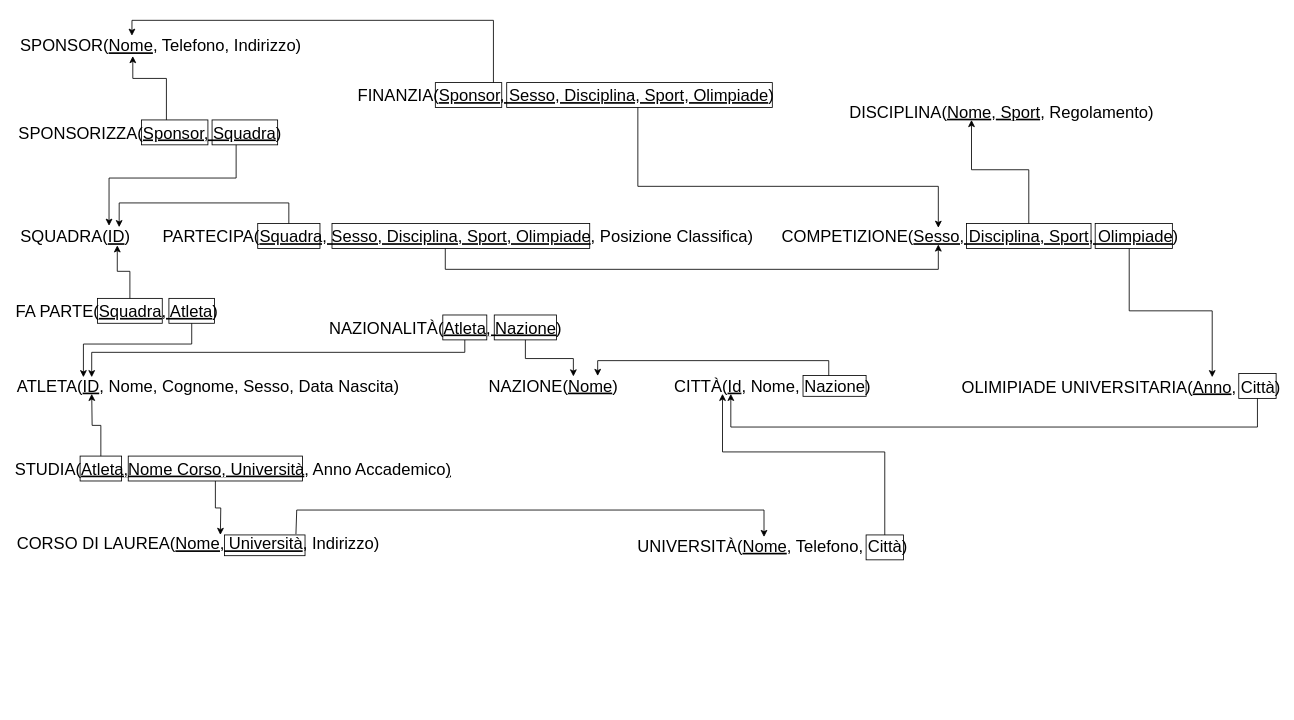
The draw.io diagram page "Schema Logico" (3 of 3) of Olimpiadi studentesche.drawio in giovannivelludo/database-project, before the edit. Source tidied: cells renumbered, new cells numbered last; positions are measured from the earlier drawing's top-left corner, leaving out a move shared by most shapes. Both pictures are drawn from the tidied source at 83%, with x=0, y=0 at pixel (17, 20).
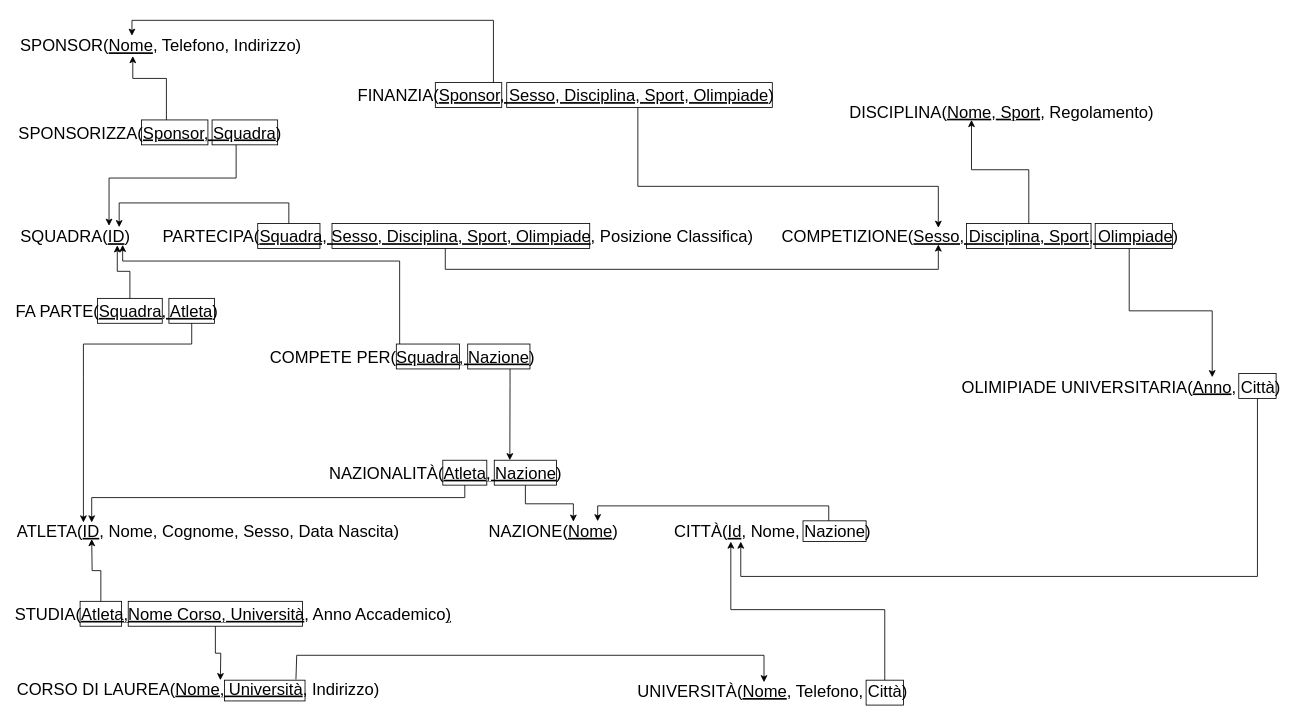
After the change.

Commit message (it also covers changes not shown here):
Aggiunta relazione "Compete per" tra SQUADRA e NAZIONE

Unchanged cells that the change refers to:
```xml
<mxCell id="4" value="SQUADRA(&lt;u&gt;ID&lt;/u&gt;)" style="text;align=center;verticalAlign=middle;rounded=0;fontSize=20;html=1;labelBackgroundColor=none;endArrow=classic;" parent="1" vertex="1">
  <mxGeometry y="249.8" width="140" height="20" as="geometry" />
</mxCell>
<mxCell id="17" style="rounded=0;whiteSpace=wrap;html=1;fontSize=20;labelBackgroundColor=#ffffff;endArrow=classic;fillColor=none;" parent="1" vertex="1">
  <mxGeometry x="183" y="335" width="55" height="30" as="geometry" />
</mxCell>
<mxCell id="31" style="rounded=0;whiteSpace=wrap;html=1;fontSize=20;labelBackgroundColor=#ffffff;endArrow=classic;fillColor=none;" parent="1" vertex="1">
  <mxGeometry x="1472" y="425.5" width="45" height="30" as="geometry" />
</mxCell>
```

Diff of the diagram source:
```diff
@@
     <mxCell id="5" value="NAZIONE(&lt;u&gt;Nome&lt;/u&gt;)" style="text;html=1;align=center;verticalAlign=middle;rounded=0;fontSize=20;labelBackgroundColor=none;endArrow=classic;" parent="1" vertex="1">
-      <mxGeometry x="566" y="430" width="160" height="20" as="geometry" />
+      <mxGeometry x="566" y="605" width="160" height="20" as="geometry" />
     </mxCell>
@@
     <mxCell id="11" value="ATLETA(&lt;u&gt;ID&lt;/u&gt;, Nome, Cognome, Sesso, Data Nascita)" style="text;html=1;align=center;verticalAlign=middle;rounded=0;fontSize=20;labelBackgroundColor=none;endArrow=classic;" parent="1" vertex="1">
-      <mxGeometry x="210" y="430" width="40" height="20" as="geometry" />
+      <mxGeometry x="210" y="605" width="40" height="20" as="geometry" />
     </mxCell>
@@
-    <mxCell id="16" style="edgeStyle=orthogonalEdgeStyle;rounded=0;jettySize=auto;html=1;fontSize=20;labelBackgroundColor=#ffffff;fontColor=#000000;" parent="1" edge="1" source="17">
+    <mxCell id="16" style="edgeStyle=orthogonalEdgeStyle;rounded=0;jettySize=auto;html=1;fontSize=20;labelBackgroundColor=#ffffff;fontColor=#000000;snapToPoint=0;" parent="1" edge="1" source="17">
       <mxGeometry relative="1" as="geometry">
-        <mxPoint x="80" y="430" as="targetPoint" />
+        <mxPoint x="80" y="605" as="targetPoint" />
         <Array as="points">
           <mxPoint x="211" y="390" />
           <mxPoint x="80" y="390" />
           <mxPoint x="80" y="430" />
         </Array>
       </mxGeometry>
     </mxCell>
@@
     <mxCell id="18" value="&lt;div style=&quot;text-align: left&quot;&gt;&lt;font&gt;NAZIONALITÀ(&lt;u&gt;Atleta, Nazione&lt;/u&gt;)&lt;/font&gt;&lt;br&gt;&lt;/div&gt;" style="text;html=1;align=center;verticalAlign=middle;rounded=0;fontSize=20;labelBackgroundColor=none;endArrow=classic;" parent="1" vertex="1">
-      <mxGeometry x="496" y="360" width="40" height="20" as="geometry" />
+      <mxGeometry x="496" y="535" width="40" height="20" as="geometry" />
     </mxCell>
     <mxCell id="19" style="edgeStyle=orthogonalEdgeStyle;rounded=0;jettySize=auto;html=1;fontSize=20;labelBackgroundColor=#ffffff;fontColor=#000000;" parent="1" edge="1" source="20">
       <mxGeometry relative="1" as="geometry">
-        <mxPoint x="90" y="430" as="targetPoint" />
+        <mxPoint x="90" y="605" as="targetPoint" />
         <Array as="points">
-          <mxPoint x="540" y="400" />
-          <mxPoint x="90" y="400" />
-          <mxPoint x="90" y="430" />
+          <mxPoint x="540" y="575" />
+          <mxPoint x="90" y="575" />
+          <mxPoint x="90" y="605" />
         </Array>
       </mxGeometry>
     </mxCell>
     <mxCell id="20" style="rounded=0;whiteSpace=wrap;html=1;fontSize=20;labelBackgroundColor=#ffffff;endArrow=classic;fillColor=none;" parent="1" vertex="1">
-      <mxGeometry x="513" y="355" width="53" height="30" as="geometry" />
+      <mxGeometry x="513" y="530" width="53" height="30" as="geometry" />
     </mxCell>
@@
     <mxCell id="22" style="rounded=0;whiteSpace=wrap;fontSize=20;labelBackgroundColor=#ffffff;endArrow=classic;html=1;fillColor=none;" parent="1" vertex="1">
-      <mxGeometry x="575" y="355" width="75" height="30" as="geometry" />
+      <mxGeometry x="575" y="530" width="75" height="30" as="geometry" />
     </mxCell>
     <mxCell id="23" value="CITT&lt;span style=&quot;text-align: left;&quot;&gt;À&lt;/span&gt;(&lt;u&gt;Id&lt;/u&gt;, Nome, Nazione)" style="text;html=1;align=center;verticalAlign=middle;rounded=0;fontSize=20;labelBackgroundColor=none;endArrow=classic;" parent="1" vertex="1">
-      <mxGeometry x="890" y="430" width="40" height="20" as="geometry" />
+      <mxGeometry x="890" y="605" width="40" height="20" as="geometry" />
     </mxCell>
     <mxCell id="24" style="edgeStyle=orthogonalEdgeStyle;rounded=0;jettySize=auto;html=1;fontSize=20;entryX=0.835;entryY=-0.074;entryDx=0;entryDy=0;entryPerimeter=0;labelBackgroundColor=#ffffff;fontColor=#000000;" parent="1" edge="1" source="25" target="5">
       <mxGeometry relative="1" as="geometry">
         <Array as="points">
-          <mxPoint x="978" y="410" />
-          <mxPoint x="699" y="410" />
+          <mxPoint x="978" y="585" />
+          <mxPoint x="699" y="585" />
         </Array>
       </mxGeometry>
     </mxCell>
     <mxCell id="25" style="rounded=0;whiteSpace=wrap;html=1;fontSize=20;labelBackgroundColor=#ffffff;endArrow=classic;fillColor=none;" parent="1" vertex="1">
-      <mxGeometry x="947" y="428" width="76" height="25" as="geometry" />
+      <mxGeometry x="947" y="603" width="76" height="25" as="geometry" />
     </mxCell>
     <mxCell id="26" value="UNIVERSIT&lt;span style=&quot;text-align: left; white-space: nowrap;&quot;&gt;À(&lt;u&gt;Nome&lt;/u&gt;, Telefono, Città)&lt;/span&gt;" style="text;html=1;align=center;verticalAlign=middle;rounded=0;fontSize=20;labelBackgroundColor=none;endArrow=classic;" parent="1" vertex="1">
-      <mxGeometry x="890" y="622.5" width="40" height="20" as="geometry" />
+      <mxGeometry x="890" y="797.5" width="40" height="20" as="geometry" />
     </mxCell>
     <mxCell id="27" style="edgeStyle=orthogonalEdgeStyle;rounded=0;jettySize=auto;html=1;fontSize=20;fontColor=#000000;labelBackgroundColor=#ffffff;" parent="1" edge="1" source="28">
       <mxGeometry relative="1" as="geometry">
-        <mxPoint x="850" y="450" as="targetPoint" />
+        <mxPoint x="860" y="628" as="targetPoint" />
         <Array as="points">
-          <mxPoint x="1045" y="520" />
-          <mxPoint x="850" y="520" />
+          <mxPoint x="1045" y="710" />
+          <mxPoint x="860" y="710" />
         </Array>
       </mxGeometry>
     </mxCell>
     <mxCell id="28" style="rounded=0;whiteSpace=wrap;html=1;fontSize=20;labelBackgroundColor=#ffffff;endArrow=classic;fillColor=none;" parent="1" vertex="1">
-      <mxGeometry x="1023" y="620" width="45" height="30" as="geometry" />
+      <mxGeometry x="1023" y="795" width="45" height="30" as="geometry" />
     </mxCell>
@@
     <mxCell id="30" style="edgeStyle=orthogonalEdgeStyle;rounded=0;jettySize=auto;html=1;fontSize=20;fontColor=#000000;labelBackgroundColor=#ffffff;" parent="1" edge="1" source="31">
       <mxGeometry relative="1" as="geometry">
-        <mxPoint x="860" y="450" as="targetPoint" />
+        <mxPoint x="872" y="628" as="targetPoint" />
         <Array as="points">
-          <mxPoint x="1495" y="490" />
-          <mxPoint x="860" y="490" />
+          <mxPoint x="1495" y="670" />
+          <mxPoint x="872" y="670" />
         </Array>
       </mxGeometry>
     </mxCell>
@@
     <mxCell id="32" value="CORSO DI LAUREA(&lt;u&gt;Nome,&amp;nbsp;Università&lt;/u&gt;,&amp;nbsp;Indirizzo)" style="text;html=1;align=center;verticalAlign=middle;rounded=0;fontSize=20;labelBackgroundColor=none;endArrow=classic;" parent="1" vertex="1">
-      <mxGeometry x="198" y="620" width="40" height="20" as="geometry" />
+      <mxGeometry x="198" y="795" width="40" height="20" as="geometry" />
     </mxCell>
     <mxCell id="33" style="edgeStyle=orthogonalEdgeStyle;rounded=0;jettySize=auto;html=1;fontSize=20;fontColor=#000000;entryX=0.25;entryY=0;entryDx=0;entryDy=0;exitX=0.887;exitY=-0.034;exitDx=0;exitDy=0;exitPerimeter=0;labelBackgroundColor=#ffffff;" parent="1" edge="1" source="34" target="26">
       <mxGeometry relative="1" as="geometry">
         <Array as="points">
-          <mxPoint x="337" y="590" />
-          <mxPoint x="900" y="590" />
+          <mxPoint x="337" y="765" />
+          <mxPoint x="900" y="765" />
         </Array>
       </mxGeometry>
     </mxCell>
     <mxCell id="34" style="rounded=0;whiteSpace=wrap;html=1;fontSize=20;labelBackgroundColor=#ffffff;endArrow=classic;fillColor=none;" parent="1" vertex="1">
-      <mxGeometry x="250" y="620" width="97" height="25" as="geometry" />
+      <mxGeometry x="250" y="795" width="97" height="25" as="geometry" />
     </mxCell>
     <mxCell id="35" value="STUDIA(&lt;u&gt;Atleta,Nome Corso, Università&lt;/u&gt;, Anno Accademico&lt;u&gt;)&lt;/u&gt;" style="text;html=1;align=center;verticalAlign=middle;rounded=0;fontSize=20;labelBackgroundColor=none;endArrow=classic;" parent="1" vertex="1">
-      <mxGeometry x="240" y="530" width="40" height="20" as="geometry" />
+      <mxGeometry x="240" y="705" width="40" height="20" as="geometry" />
     </mxCell>
     <mxCell id="36" style="edgeStyle=orthogonalEdgeStyle;rounded=0;jettySize=auto;html=1;fontSize=20;fontColor=#000000;labelBackgroundColor=#ffffff;" parent="1" edge="1" source="37">
       <mxGeometry relative="1" as="geometry">
-        <mxPoint x="90" y="450" as="targetPoint" />
+        <mxPoint x="90" y="625" as="targetPoint" />
       </mxGeometry>
     </mxCell>
     <mxCell id="37" style="rounded=0;whiteSpace=wrap;html=1;fontSize=20;labelBackgroundColor=#ffffff;endArrow=classic;fillColor=none;" parent="1" vertex="1">
-      <mxGeometry x="76" y="525" width="50" height="30" as="geometry" />
+      <mxGeometry x="76" y="700" width="50" height="30" as="geometry" />
     </mxCell>
     <mxCell id="38" style="edgeStyle=orthogonalEdgeStyle;rounded=0;jettySize=auto;html=1;fontSize=20;fontColor=#000000;labelBackgroundColor=#ffffff;" parent="1" edge="1" source="39">
       <mxGeometry relative="1" as="geometry">
-        <mxPoint x="245" y="620" as="targetPoint" />
+        <mxPoint x="245" y="795" as="targetPoint" />
       </mxGeometry>
     </mxCell>
     <mxCell id="39" style="rounded=0;whiteSpace=wrap;html=1;fontSize=20;labelBackgroundColor=#ffffff;endArrow=classic;fillColor=none;" parent="1" vertex="1">
-      <mxGeometry x="134" y="525" width="210" height="30" as="geometry" />
+      <mxGeometry x="134" y="700" width="210" height="30" as="geometry" />
     </mxCell>
@@
+    <mxCell id="54" value="&lt;div style=&quot;text-align: left&quot;&gt;&lt;font&gt;COMPETE PER(&lt;u&gt;Squadra, Nazione&lt;/u&gt;)&lt;/font&gt;&lt;br&gt;&lt;/div&gt;" style="text;html=1;align=center;verticalAlign=middle;rounded=0;fontSize=20;labelBackgroundColor=none;endArrow=classic;" parent="1" vertex="1">
+      <mxGeometry x="444" y="395" width="40" height="20" as="geometry" />
+    </mxCell>
+    <mxCell id="55" style="edgeStyle=orthogonalEdgeStyle;rounded=0;jettySize=auto;html=1;entryX=0.909;entryY=1.036;entryDx=0;entryDy=0;entryPerimeter=0;endArrow=classic;endFill=1;" parent="1" edge="1" source="56" target="4">
+      <mxGeometry relative="1" as="geometry">
+        <Array as="points">
+          <mxPoint x="461" y="290" />
+          <mxPoint x="127" y="290" />
+        </Array>
+      </mxGeometry>
+    </mxCell>
+    <mxCell id="56" style="rounded=0;whiteSpace=wrap;html=1;fontSize=20;labelBackgroundColor=#ffffff;endArrow=classic;fillColor=none;" parent="1" vertex="1">
+      <mxGeometry x="457" y="390" width="76" height="30" as="geometry" />
+    </mxCell>
+    <mxCell id="57" style="edgeStyle=orthogonalEdgeStyle;rounded=0;jettySize=auto;html=1;entryX=0.25;entryY=0;entryDx=0;entryDy=0;endArrow=classic;endFill=1;" parent="1" edge="1" source="58" target="22">
+      <mxGeometry relative="1" as="geometry">
+        <Array as="points">
+          <mxPoint x="594" y="440" />
+          <mxPoint x="594" y="440" />
+        </Array>
+      </mxGeometry>
+    </mxCell>
+    <mxCell id="58" style="rounded=0;whiteSpace=wrap;fontSize=20;labelBackgroundColor=#ffffff;endArrow=classic;html=1;fillColor=none;" parent="1" vertex="1">
+      <mxGeometry x="543" y="390" width="75" height="30" as="geometry" />
+    </mxCell>
```
